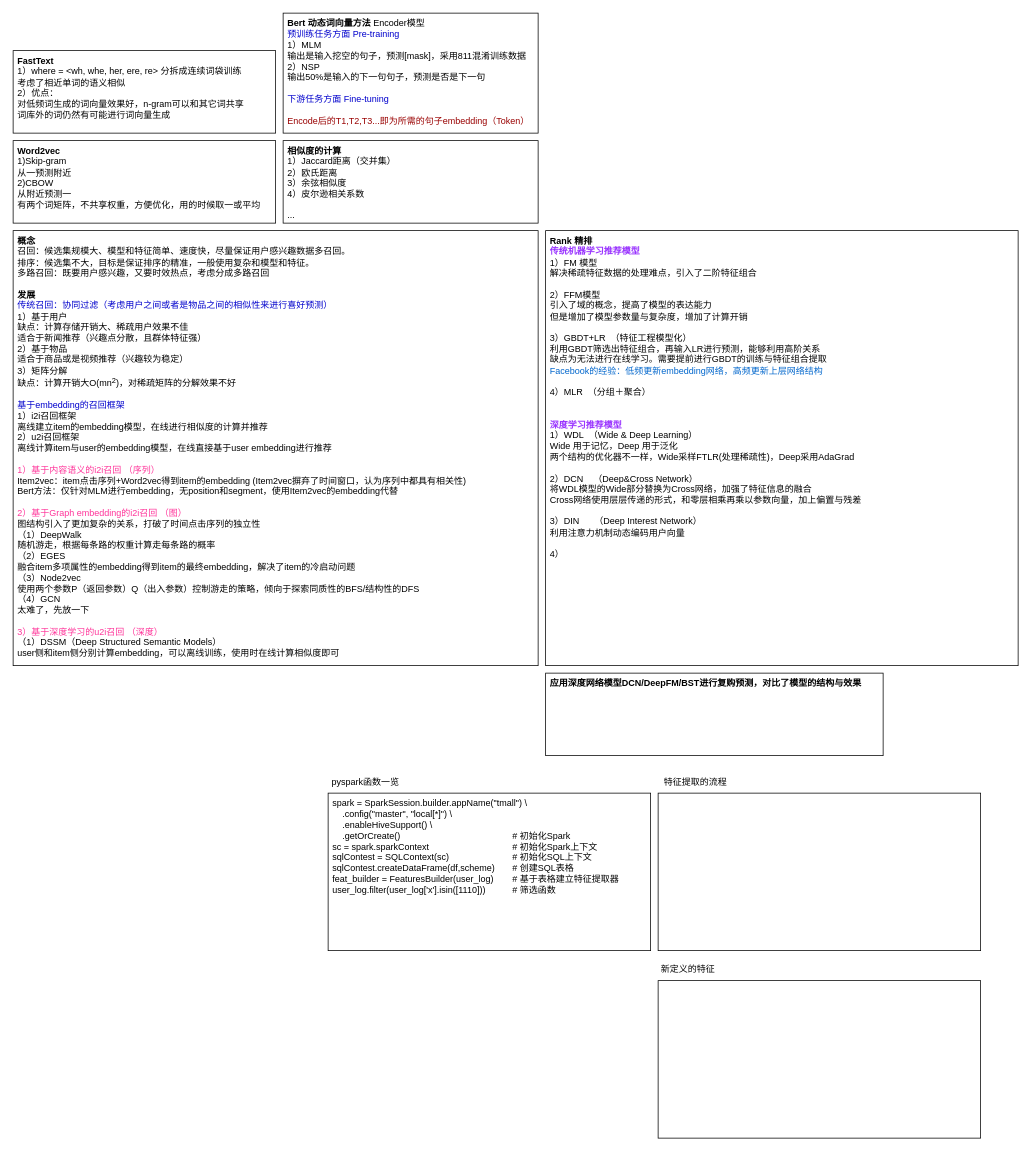
Above: tmall2.drawio in limpid-11/drawio (draw.io), before the change. Source tidied: cells renumbered, new cells numbered last; positions are measured from the earlier drawing's top-left corner, leaving out a move shared by most shapes. Both pictures are drawn from the tidied source at 75%, with x=0, y=0 at pixel (13, 13).
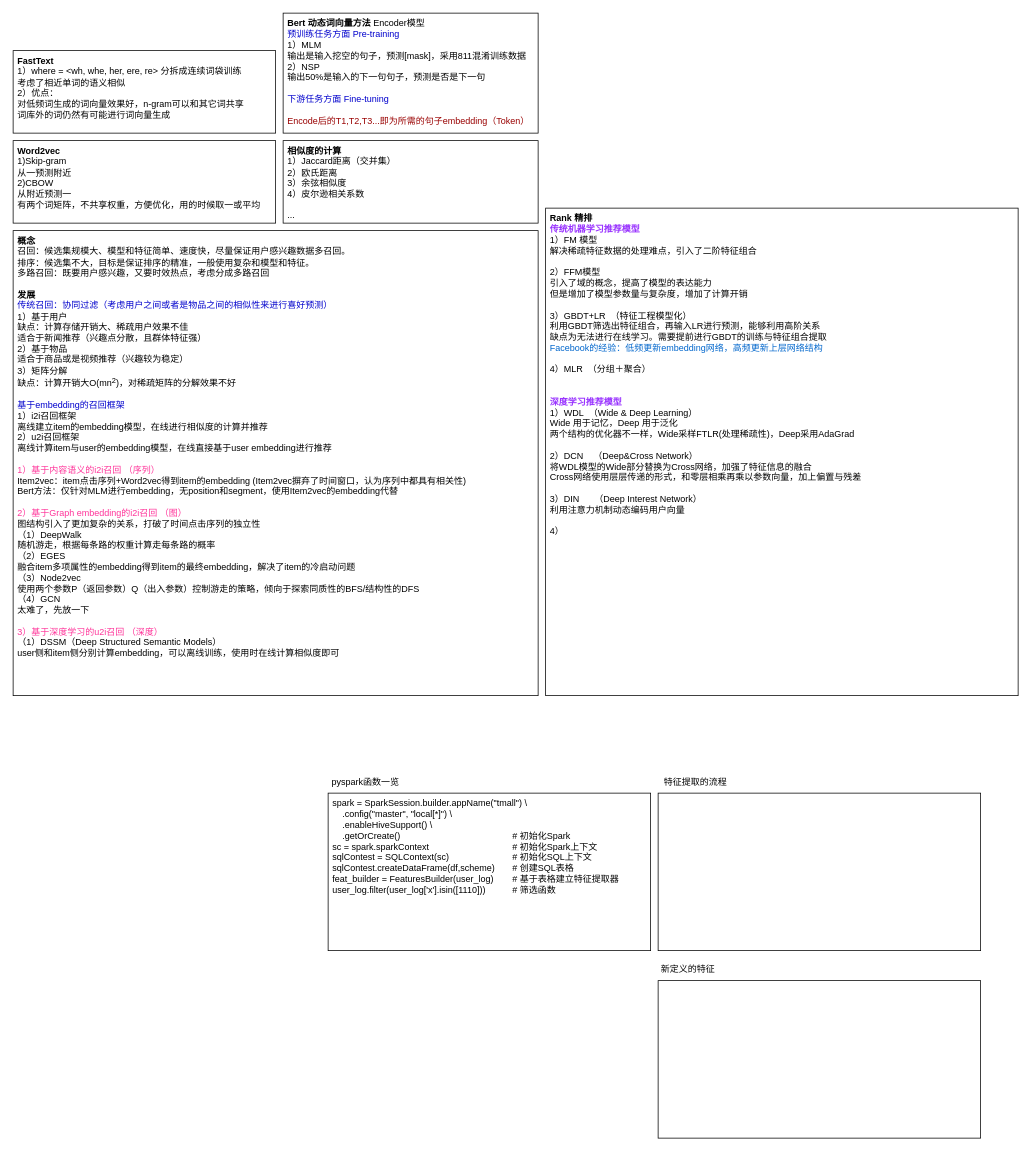
After the change.

The edit, as a diff of the source:
```diff
@@
 <mxGraphModel>
   <root>
     <mxCell id="0" />
     <mxCell id="1" parent="0" />
     <mxCell id="2" value="&lt;div&gt;spark = SparkSession.builder&lt;span style=&quot;background-color: initial;&quot;&gt;.appName(&quot;tmall&quot;) \&lt;/span&gt;&lt;/div&gt;&lt;div&gt;&amp;nbsp; &amp;nbsp; .config(&quot;master&quot;, &quot;local[*]&quot;) \&lt;/div&gt;&lt;div&gt;&amp;nbsp; &amp;nbsp; .enableHiveSupport() \&lt;/div&gt;&lt;div&gt;&amp;nbsp; &amp;nbsp; .getOrCreate()&lt;span style=&quot;white-space: pre;&quot;&gt;&#9;&lt;/span&gt;&lt;span style=&quot;white-space: pre;&quot;&gt;&#9;&lt;/span&gt;&lt;span style=&quot;white-space: pre;&quot;&gt;&#9;&lt;/span&gt;&lt;span style=&quot;white-space: pre;&quot;&gt;&#9;&lt;/span&gt;&lt;span style=&quot;white-space: pre;&quot;&gt;&#9;&lt;span style=&quot;white-space: pre;&quot;&gt;&#9;&lt;/span&gt;&lt;/span&gt;# 初始化Spark&lt;/div&gt;&lt;div&gt;sc = spark.sparkContext&lt;span style=&quot;white-space: pre;&quot;&gt;&#9;&lt;/span&gt;&lt;span style=&quot;white-space: pre;&quot;&gt;&#9;&lt;/span&gt;&lt;span style=&quot;white-space: pre;&quot;&gt;&#9;&lt;/span&gt;&lt;span style=&quot;white-space: pre;&quot;&gt;&#9;&lt;span style=&quot;white-space: pre;&quot;&gt;&#9;&lt;/span&gt;&lt;/span&gt;# 初始化Spark上下文&lt;br&gt;&lt;/div&gt;&lt;div&gt;sqlContest = SQLContext(sc)&lt;span style=&quot;white-space: pre;&quot;&gt;&#9;&lt;/span&gt;&lt;span style=&quot;white-space: pre;&quot;&gt;&#9;&lt;/span&gt;&lt;span style=&quot;white-space: pre;&quot;&gt;&#9;&lt;span style=&quot;white-space: pre;&quot;&gt;&#9;&lt;/span&gt;&lt;/span&gt;# 初始化SQL上下文&lt;br&gt;&lt;/div&gt;&lt;div&gt;sqlContest.createDataFrame(df,scheme)&lt;span style=&quot;white-space: pre;&quot;&gt;&#9;&lt;/span&gt;# 创建SQL表格&lt;br&gt;&lt;/div&gt;&lt;div&gt;feat_builder = FeaturesBuilder(user_log)&lt;span style=&quot;white-space: pre;&quot;&gt;&#9;&lt;/span&gt;# 基于表格建立特征提取器&lt;br&gt;&lt;/div&gt;&lt;div&gt;user_log.filter(user_log['x'].isin([1110]))&lt;span style=&quot;white-space: pre;&quot;&gt;&#9;&lt;/span&gt;&lt;span style=&quot;white-space: pre;&quot;&gt;&#9;&lt;/span&gt;# 筛选函数&lt;br&gt;&lt;/div&gt;&lt;div&gt;&lt;br&gt;&lt;/div&gt;&lt;div&gt;&lt;br&gt;&lt;/div&gt;" style="rounded=0;whiteSpace=wrap;html=1;align=left;verticalAlign=top;spacingLeft=4;" parent="1" vertex="1">
       <mxGeometry x="420" y="1040" width="430" height="210" as="geometry" />
     </mxCell>
     <mxCell id="3" value="pyspark函数一览" style="text;html=1;align=center;verticalAlign=middle;whiteSpace=wrap;rounded=0;" parent="1" vertex="1">
       <mxGeometry x="420" y="1010" width="100" height="30" as="geometry" />
     </mxCell>
     <mxCell id="4" value="&lt;div&gt;&lt;br&gt;&lt;/div&gt;" style="rounded=0;whiteSpace=wrap;html=1;align=left;verticalAlign=top;spacingLeft=4;" parent="1" vertex="1">
       <mxGeometry x="860" y="1040" width="430" height="210" as="geometry" />
     </mxCell>
     <mxCell id="5" value="特征提取的流程" style="text;html=1;align=center;verticalAlign=middle;whiteSpace=wrap;rounded=0;" parent="1" vertex="1">
       <mxGeometry x="860" y="1010" width="100" height="30" as="geometry" />
     </mxCell>
     <mxCell id="6" value="新定义的特征" style="text;html=1;align=center;verticalAlign=middle;whiteSpace=wrap;rounded=0;" parent="1" vertex="1">
       <mxGeometry x="860" y="1260" width="80" height="30" as="geometry" />
     </mxCell>
     <mxCell id="7" value="&lt;div&gt;&lt;br&gt;&lt;/div&gt;" style="rounded=0;whiteSpace=wrap;html=1;align=left;verticalAlign=top;spacingLeft=4;" parent="1" vertex="1">
       <mxGeometry x="860" y="1290" width="430" height="210" as="geometry" />
     </mxCell>
     <mxCell id="8" value="&lt;div&gt;&lt;b&gt;概念&lt;/b&gt;&lt;/div&gt;&lt;div&gt;召回：候选集规模大、模型和特征简单、速度快，尽量保证用户感兴趣数据多召回。&lt;/div&gt;&lt;div&gt;排序：候选集不大，目标是保证排序的精准，一般使用复杂和模型和特征。&lt;/div&gt;&lt;div&gt;多路召回：既要用户感兴趣，又要时效热点，考虑分成多路召回&lt;/div&gt;&lt;div&gt;&lt;br&gt;&lt;/div&gt;&lt;div&gt;&lt;b&gt;发展&lt;/b&gt;&lt;/div&gt;&lt;div&gt;&lt;font color=&quot;#0000cc&quot;&gt;传统召回：协同过滤（考虑用户之间或者是物品之间的相似性来进行喜好预测）&lt;/font&gt;&lt;/div&gt;&lt;div&gt;1）基于用户&lt;/div&gt;&lt;div&gt;缺点：计算存储开销大、稀疏用户效果不佳&lt;/div&gt;&lt;div&gt;适合于新闻推荐（兴趣点分散，且群体特征强）&lt;/div&gt;&lt;div&gt;2）基于物品&lt;/div&gt;&lt;div&gt;适合于商品或是视频推荐（兴趣较为稳定）&lt;/div&gt;&lt;div&gt;3）矩阵分解&lt;br&gt;&lt;/div&gt;&lt;div&gt;缺点：计算开销大O(mn&lt;sup&gt;2&lt;/sup&gt;)，对稀疏矩阵的分解效果不好&lt;/div&gt;&lt;div&gt;&lt;br&gt;&lt;/div&gt;&lt;div&gt;&lt;font color=&quot;#0000cc&quot;&gt;基于embedding的召回框架&lt;/font&gt;&lt;/div&gt;&lt;div&gt;1）i2i召回框架&lt;/div&gt;&lt;div&gt;离线建立item的embedding模型，在线进行相似度的计算并推荐&lt;/div&gt;&lt;div&gt;2）u2i召回框架&lt;/div&gt;&lt;div&gt;离线计算item与user的&lt;span style=&quot;background-color: initial;&quot;&gt;embedding模型，在线直接基于user&amp;nbsp;&lt;/span&gt;&lt;span style=&quot;background-color: initial;&quot;&gt;embedding进行推荐&lt;/span&gt;&lt;/div&gt;&lt;div&gt;&lt;br&gt;&lt;/div&gt;&lt;div&gt;&lt;font color=&quot;#ff3399&quot;&gt;1）基于内容语义的i2i召回 （序列）&lt;/font&gt;&lt;/div&gt;&lt;div&gt;Item2vec：item点击序列+Word2vec得到item的embedding (&lt;span style=&quot;background-color: initial;&quot;&gt;Item2vec&lt;/span&gt;&lt;span style=&quot;background-color: initial;&quot;&gt;摒弃了时间窗口，认为序列中都具有相关性)&lt;/span&gt;&lt;/div&gt;&lt;div&gt;&lt;span style=&quot;background-color: initial;&quot;&gt;Bert方法：仅针对MLM进行embedding，无position和segment，使用&lt;/span&gt;&lt;span style=&quot;background-color: initial;&quot;&gt;Item2vec的embedding代替&lt;/span&gt;&lt;/div&gt;&lt;div&gt;&lt;span style=&quot;background-color: initial;&quot;&gt;&lt;br&gt;&lt;/span&gt;&lt;/div&gt;&lt;div&gt;&lt;span style=&quot;background-color: initial;&quot;&gt;&lt;font color=&quot;#ff3399&quot;&gt;2）基于Graph embedding的i2i召回 （图）&lt;/font&gt;&lt;/span&gt;&lt;/div&gt;&lt;div&gt;&lt;span style=&quot;background-color: initial;&quot;&gt;图结构引入了更加复杂的关系，打破了时间点击序列的独立性&lt;/span&gt;&lt;/div&gt;&lt;div&gt;&lt;span style=&quot;background-color: initial;&quot;&gt;（1）DeepWalk&lt;/span&gt;&lt;br&gt;&lt;/div&gt;&lt;div&gt;随机游走，根据每条路的权重计算走每条路的概率&lt;/div&gt;&lt;div&gt;&lt;span style=&quot;background-color: initial;&quot;&gt;（2）EGES&lt;/span&gt;&lt;/div&gt;&lt;div&gt;&lt;span style=&quot;background-color: initial;&quot;&gt;融合item多项属性的embedding得到item的最终embedding，解决了item的冷启动问题&lt;/span&gt;&lt;/div&gt;&lt;div&gt;（3）Node2vec&lt;/div&gt;&lt;div&gt;使用两个参数P（返回参数）Q（出入参数）控制游走的策略，倾向于探索同质性的BFS/结构性的DFS&lt;/div&gt;&lt;div&gt;（4）GCN&lt;/div&gt;&lt;div&gt;太难了，先放一下&lt;/div&gt;&lt;div&gt;&lt;br&gt;&lt;/div&gt;&lt;div&gt;&lt;span style=&quot;color: rgb(255, 51, 153);&quot;&gt;3）基于深度学习的u2i召回 （深度）&lt;/span&gt;&lt;br&gt;&lt;/div&gt;&lt;div&gt;（1）DSSM（Deep Structured Semantic Models）&lt;/div&gt;&lt;div&gt;user侧和item侧分别计算embedding，可以离线训练，使用时在线计算相似度即可&lt;/div&gt;" style="rounded=0;whiteSpace=wrap;html=1;align=left;verticalAlign=top;spacingLeft=4;" parent="1" vertex="1">
-      <mxGeometry y="290" width="700" height="580" as="geometry" />
+      <mxGeometry y="290" width="700" height="620" as="geometry" />
     </mxCell>
     <mxCell id="9" value="&lt;div&gt;&lt;b&gt;相似度的计算&lt;/b&gt;&lt;/div&gt;&lt;div&gt;1）Jaccard距离（交并集）&lt;/div&gt;&lt;div&gt;2）欧氏距离&lt;/div&gt;&lt;div&gt;3）余弦相似度&lt;/div&gt;&lt;div&gt;4）皮尔逊相关系数&lt;/div&gt;&lt;div&gt;&lt;br&gt;&lt;/div&gt;&lt;div&gt;...&lt;/div&gt;" style="rounded=0;whiteSpace=wrap;html=1;align=left;verticalAlign=top;spacingLeft=4;" parent="1" vertex="1">
       <mxGeometry x="360" y="170" width="340" height="110" as="geometry" />
     </mxCell>
     <mxCell id="10" value="&lt;b&gt;Word2vec&lt;/b&gt;&lt;div&gt;1)Skip-gram&lt;/div&gt;&lt;div&gt;从一预测附近&lt;/div&gt;&lt;div&gt;2)CBOW&lt;/div&gt;&lt;div&gt;从附近预测一&lt;/div&gt;&lt;div&gt;有两个词矩阵，不共享权重，方便优化，用的时候取一或平均&lt;/div&gt;" style="rounded=0;whiteSpace=wrap;html=1;align=left;verticalAlign=top;spacingLeft=4;" parent="1" vertex="1">
       <mxGeometry y="170" width="350" height="110" as="geometry" />
     </mxCell>
     <mxCell id="11" value="&lt;b&gt;FastText&lt;/b&gt;&lt;br&gt;&lt;div&gt;1）where = &amp;lt;wh, whe, her, ere, re&amp;gt; 分拆成连续词袋训练&lt;/div&gt;&lt;div&gt;考虑了相近单词的语义相似&lt;/div&gt;&lt;div&gt;2）优点：&lt;/div&gt;&lt;div&gt;对低频词生成的词向量效果好，n-gram可以和其它词共享&lt;br&gt;&lt;/div&gt;&lt;div&gt;词库外的词仍然有可能进行词向量生成&lt;/div&gt;" style="rounded=0;whiteSpace=wrap;html=1;align=left;verticalAlign=top;spacingLeft=4;" parent="1" vertex="1">
       <mxGeometry y="50" width="350" height="110" as="geometry" />
     </mxCell>
     <mxCell id="12" value="&lt;b&gt;Bert 动态词向量方法&amp;nbsp;&lt;/b&gt;Encoder模型&lt;br&gt;&lt;div&gt;&lt;font color=&quot;#0000cc&quot;&gt;预训练任务方面 Pre-training&lt;/font&gt;&lt;/div&gt;&lt;div&gt;1）MLM&lt;/div&gt;&lt;div&gt;输出是输入挖空的句子，&lt;span style=&quot;background-color: initial;&quot;&gt;预测[mask]，采用811混淆训练数据&lt;/span&gt;&lt;/div&gt;&lt;div&gt;2）NSP&lt;/div&gt;&lt;div&gt;输出50%是输入的下一句句子，预测是否是下一句&lt;/div&gt;&lt;div&gt;&lt;br&gt;&lt;/div&gt;&lt;div&gt;&lt;font color=&quot;#0000cc&quot;&gt;下游任务方面 Fine-tuning&lt;/font&gt;&lt;/div&gt;&lt;div&gt;&lt;font color=&quot;#0000cc&quot;&gt;&lt;br&gt;&lt;/font&gt;&lt;/div&gt;&lt;div&gt;&lt;font color=&quot;#990000&quot;&gt;Encode后的T1,T2,T3...即为所需的句子embedding（Token）&lt;/font&gt;&lt;/div&gt;" style="rounded=0;whiteSpace=wrap;html=1;align=left;verticalAlign=top;spacingLeft=4;" parent="1" vertex="1">
       <mxGeometry x="360" width="340" height="160" as="geometry" />
     </mxCell>
     <mxCell id="13" value="&lt;b&gt;Rank 精排&lt;/b&gt;&lt;div&gt;&lt;b&gt;&lt;font color=&quot;#9933ff&quot;&gt;传统机器学习推荐模型&lt;/font&gt;&lt;br&gt;&lt;/b&gt;&lt;div&gt;1）FM 模型&lt;/div&gt;&lt;div&gt;解决稀疏特征数据的处理难点，引入了二阶特征组合&lt;/div&gt;&lt;div&gt;&lt;br&gt;&lt;/div&gt;&lt;div&gt;2）FFM模型&lt;/div&gt;&lt;div&gt;引入了域的概念，提高了模型的表达能力&lt;/div&gt;&lt;div&gt;但是增加了模型参数量与复杂度，增加了计算开销&lt;/div&gt;&lt;div&gt;&lt;br&gt;&lt;/div&gt;&lt;div&gt;3）GBDT+LR&amp;nbsp; （特征工程模型化）&lt;/div&gt;&lt;div&gt;利用GBDT筛选出特征组合，再输入LR进行预测，能够利用高阶关系&lt;/div&gt;&lt;div&gt;缺点为无法进行在线学习。需要提前进行GBDT的训练与特征组合提取&lt;/div&gt;&lt;div&gt;&lt;font color=&quot;#0066cc&quot;&gt;Facebook的经验：低频更新embedding网络，高频更新上层网络结构&lt;/font&gt;&lt;/div&gt;&lt;div&gt;&lt;br&gt;&lt;/div&gt;&lt;div&gt;4）MLR&amp;nbsp; （分组＋聚合）&lt;/div&gt;&lt;div&gt;&lt;br&gt;&lt;/div&gt;&lt;div&gt;&lt;br&gt;&lt;/div&gt;&lt;div&gt;&lt;b&gt;&lt;font color=&quot;#9933ff&quot;&gt;深度学习推荐模型&lt;/font&gt;&lt;/b&gt;&lt;br&gt;&lt;/div&gt;&lt;div&gt;1）WDL&amp;nbsp; （Wide &amp;amp; Deep Learning）&lt;/div&gt;&lt;/div&gt;&lt;div&gt;Wide 用于记忆，Deep 用于泛化&lt;/div&gt;&lt;div&gt;两个结构的优化器不一样，Wide采样FTLR(处理稀疏性)，Deep采用AdaGrad&lt;/div&gt;&lt;div&gt;&lt;br&gt;&lt;/div&gt;&lt;div&gt;2）DCN&amp;nbsp; &amp;nbsp; （Deep&amp;amp;Cross Network）&lt;/div&gt;&lt;div&gt;将WDL模型的Wide部分替换为Cross网络，加强了特征信息的融合&lt;/div&gt;&lt;div&gt;Cross网络使用层层传递的形式，和零层相乘再乘以参数向量，加上偏置与残差&lt;/div&gt;&lt;div&gt;&lt;br&gt;&lt;/div&gt;&lt;div&gt;3）DIN&amp;nbsp; &amp;nbsp; &amp;nbsp; （Deep Interest Network）&lt;/div&gt;&lt;div&gt;利用注意力机制动态编码用户向量&lt;/div&gt;&lt;div&gt;&lt;br&gt;&lt;/div&gt;&lt;div&gt;4）&lt;/div&gt;" style="rounded=0;whiteSpace=wrap;html=1;align=left;verticalAlign=top;spacingLeft=4;" parent="1" vertex="1">
-      <mxGeometry x="710" y="290" width="630" height="580" as="geometry" />
+      <mxGeometry x="710" y="260" width="630" height="650" as="geometry" />
     </mxCell>
-    <mxCell id="14" value="&lt;b&gt;应用深度网络模型DCN/DeepFM/BST进行复购预测，对比了模型的结构与效果&lt;/b&gt;" style="rounded=0;whiteSpace=wrap;html=1;align=left;verticalAlign=top;spacingLeft=4;" parent="1" vertex="1">
-      <mxGeometry x="710" y="880" width="450" height="110" as="geometry" />
-    </mxCell>
   </root>
 </mxGraphModel>
```
